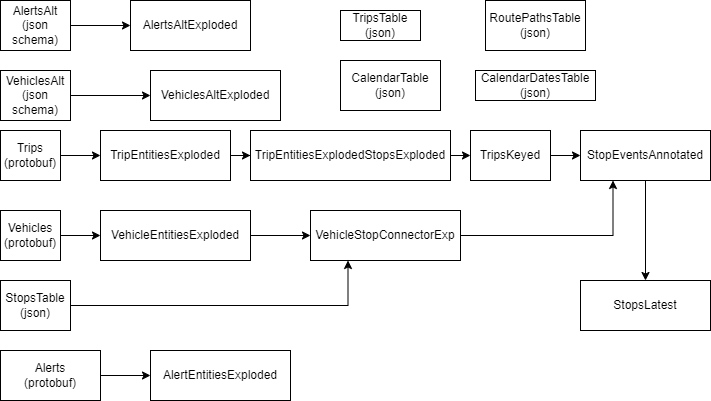
The draw.io diagram Documentation/imgs/transportation_hub_streaming_etl.png in ResourceDataInc/TransportationHub, before a commit. Source tidied: cells renumbered, new cells last; positions are measured from the earlier drawing's top-left corner, leaving out a move shared by most shapes. Its diagram source:
```xml
<mxGraphModel>
  <root>
    <mxCell id="0" />
    <mxCell id="1" parent="0" />
    <mxCell id="2" value="Trips&lt;br&gt;(protobuf)" style="rounded=0;whiteSpace=wrap;html=1;" parent="1" vertex="1">
      <mxGeometry y="130" width="60" height="50" as="geometry" />
    </mxCell>
    <mxCell id="3" style="edgeStyle=orthogonalEdgeStyle;rounded=0;jettySize=auto;html=1;exitX=1;exitY=0.5;exitDx=0;exitDy=0;" parent="1" edge="1" source="4" target="27">
      <mxGeometry relative="1" as="geometry" />
    </mxCell>
    <mxCell id="4" value="TripEntitiesExploded" style="rounded=0;whiteSpace=wrap;html=1;" parent="1" vertex="1">
      <mxGeometry x="100" y="130" width="130" height="50" as="geometry" />
    </mxCell>
    <mxCell id="5" style="edgeStyle=orthogonalEdgeStyle;rounded=0;jettySize=auto;html=1;exitX=1;exitY=0.5;exitDx=0;exitDy=0;entryX=0;entryY=0.5;entryDx=0;entryDy=0;" parent="1" edge="1" source="6" target="29">
      <mxGeometry relative="1" as="geometry" />
    </mxCell>
    <mxCell id="6" value="TripsKeyed" style="rounded=0;whiteSpace=wrap;html=1;" parent="1" vertex="1">
      <mxGeometry x="470" y="130" width="80" height="50" as="geometry" />
    </mxCell>
    <mxCell id="7" style="endArrow=classic;html=1;rounded=0;exitX=1;exitY=0.5;exitDx=0;exitDy=0;entryX=0;entryY=0.5;entryDx=0;entryDy=0;" parent="1" edge="1" source="2" target="4">
      <mxGeometry relative="1" as="geometry" />
    </mxCell>
    <mxCell id="8" style="edgeStyle=orthogonalEdgeStyle;rounded=0;jettySize=auto;html=1;exitX=1;exitY=0.5;exitDx=0;exitDy=0;entryX=0;entryY=0.5;entryDx=0;entryDy=0;" parent="1" edge="1" source="9" target="11">
      <mxGeometry relative="1" as="geometry" />
    </mxCell>
    <mxCell id="9" value="Vehicles&lt;br&gt;(protobuf)" style="rounded=0;whiteSpace=wrap;html=1;" parent="1" vertex="1">
      <mxGeometry y="210" width="60" height="50" as="geometry" />
    </mxCell>
    <mxCell id="10" style="edgeStyle=orthogonalEdgeStyle;rounded=0;jettySize=auto;html=1;exitX=1;exitY=0.5;exitDx=0;exitDy=0;entryX=0;entryY=0.5;entryDx=0;entryDy=0;" parent="1" edge="1" source="11" target="15">
      <mxGeometry relative="1" as="geometry" />
    </mxCell>
    <mxCell id="11" value="VehicleEntitiesExploded" style="rounded=0;whiteSpace=wrap;html=1;" parent="1" vertex="1">
      <mxGeometry x="100" y="210" width="150" height="50" as="geometry" />
    </mxCell>
    <mxCell id="12" style="edgeStyle=orthogonalEdgeStyle;rounded=0;jettySize=auto;html=1;exitX=1;exitY=0.5;exitDx=0;exitDy=0;entryX=0.25;entryY=1;entryDx=0;entryDy=0;" parent="1" edge="1" source="13" target="15">
      <mxGeometry relative="1" as="geometry" />
    </mxCell>
    <mxCell id="13" value="StopsTable&lt;br&gt;(json)" style="rounded=0;whiteSpace=wrap;html=1;" parent="1" vertex="1">
      <mxGeometry y="280" width="70" height="50" as="geometry" />
    </mxCell>
    <mxCell id="14" style="edgeStyle=orthogonalEdgeStyle;rounded=0;jettySize=auto;html=1;exitX=1;exitY=0.5;exitDx=0;exitDy=0;entryX=0.25;entryY=1;entryDx=0;entryDy=0;" parent="1" edge="1" source="15" target="29">
      <mxGeometry relative="1" as="geometry" />
    </mxCell>
    <mxCell id="15" value="VehicleStopConnectorExp" style="rounded=0;whiteSpace=wrap;html=1;" parent="1" vertex="1">
      <mxGeometry x="310" y="210" width="150" height="50" as="geometry" />
    </mxCell>
    <mxCell id="16" value="CalendarTable&lt;br&gt;(json)" style="rounded=0;whiteSpace=wrap;html=1;" parent="1" vertex="1">
      <mxGeometry x="340" y="60" width="100" height="50" as="geometry" />
    </mxCell>
    <mxCell id="17" value="RoutePathsTable&lt;br&gt;(json)" style="rounded=0;whiteSpace=wrap;html=1;" parent="1" vertex="1">
      <mxGeometry x="485" width="100" height="50" as="geometry" />
    </mxCell>
    <mxCell id="18" style="edgeStyle=orthogonalEdgeStyle;rounded=0;jettySize=auto;html=1;exitX=1;exitY=0.5;exitDx=0;exitDy=0;" parent="1" edge="1" source="19" target="20">
      <mxGeometry relative="1" as="geometry" />
    </mxCell>
    <mxCell id="19" value="Alerts&lt;br&gt;(protobuf)" style="rounded=0;whiteSpace=wrap;html=1;" parent="1" vertex="1">
      <mxGeometry y="350" width="100" height="50" as="geometry" />
    </mxCell>
    <mxCell id="20" value="AlertEntitiesExploded" style="rounded=0;whiteSpace=wrap;html=1;" parent="1" vertex="1">
      <mxGeometry x="150" y="350" width="140" height="50" as="geometry" />
    </mxCell>
    <mxCell id="21" style="edgeStyle=orthogonalEdgeStyle;rounded=0;jettySize=auto;html=1;exitX=1;exitY=0.5;exitDx=0;exitDy=0;entryX=0;entryY=0.5;entryDx=0;entryDy=0;" parent="1" edge="1" source="22" target="23">
      <mxGeometry relative="1" as="geometry" />
    </mxCell>
    <mxCell id="22" value="VehiclesAlt (json schema)" style="rounded=0;whiteSpace=wrap;html=1;" parent="1" vertex="1">
      <mxGeometry y="70" width="70" height="50" as="geometry" />
    </mxCell>
    <mxCell id="23" value="VehiclesAltExploded" style="rounded=0;whiteSpace=wrap;html=1;" parent="1" vertex="1">
      <mxGeometry x="150" y="70" width="130" height="50" as="geometry" />
    </mxCell>
    <mxCell id="24" value="TripsTable&lt;br&gt;(json)" style="rounded=0;whiteSpace=wrap;html=1;" parent="1" vertex="1">
      <mxGeometry x="340" y="10" width="80" height="30" as="geometry" />
    </mxCell>
    <mxCell id="25" value="CalendarDatesTable&lt;br&gt;(json)" style="rounded=0;whiteSpace=wrap;html=1;" parent="1" vertex="1">
      <mxGeometry x="475" y="70" width="120" height="30" as="geometry" />
    </mxCell>
    <mxCell id="26" style="edgeStyle=orthogonalEdgeStyle;rounded=0;jettySize=auto;html=1;exitX=1;exitY=0.5;exitDx=0;exitDy=0;entryX=0;entryY=0.5;entryDx=0;entryDy=0;" parent="1" edge="1" source="27" target="6">
      <mxGeometry relative="1" as="geometry" />
    </mxCell>
    <mxCell id="27" value="TripEntitiesExplodedStopsExploded" style="rounded=0;whiteSpace=wrap;html=1;" parent="1" vertex="1">
      <mxGeometry x="250" y="130" width="200" height="50" as="geometry" />
    </mxCell>
    <mxCell id="28" style="edgeStyle=orthogonalEdgeStyle;rounded=0;jettySize=auto;html=1;exitX=0.5;exitY=1;exitDx=0;exitDy=0;entryX=0.5;entryY=0;entryDx=0;entryDy=0;" parent="1" edge="1" source="29" target="30">
      <mxGeometry relative="1" as="geometry" />
    </mxCell>
    <mxCell id="29" value="StopEventsAnnotated" style="rounded=0;whiteSpace=wrap;html=1;" parent="1" vertex="1">
      <mxGeometry x="580" y="130" width="130" height="50" as="geometry" />
    </mxCell>
    <mxCell id="30" value="StopsLatest" style="rounded=0;whiteSpace=wrap;html=1;" parent="1" vertex="1">
      <mxGeometry x="580" y="280" width="130" height="50" as="geometry" />
    </mxCell>
    <mxCell id="31" style="edgeStyle=orthogonalEdgeStyle;rounded=0;jettySize=auto;html=1;exitX=1;exitY=0.5;exitDx=0;exitDy=0;entryX=0;entryY=0.5;entryDx=0;entryDy=0;" parent="1" edge="1" source="32" target="33">
      <mxGeometry relative="1" as="geometry" />
    </mxCell>
    <mxCell id="32" value="AlertsAlt (json schema)" style="rounded=0;whiteSpace=wrap;html=1;" parent="1" vertex="1">
      <mxGeometry width="70" height="50" as="geometry" />
    </mxCell>
    <mxCell id="33" value="AlertsAltExploded" style="rounded=0;whiteSpace=wrap;html=1;" parent="1" vertex="1">
      <mxGeometry x="130" width="120" height="50" as="geometry" />
    </mxCell>
  </root>
</mxGraphModel>
```
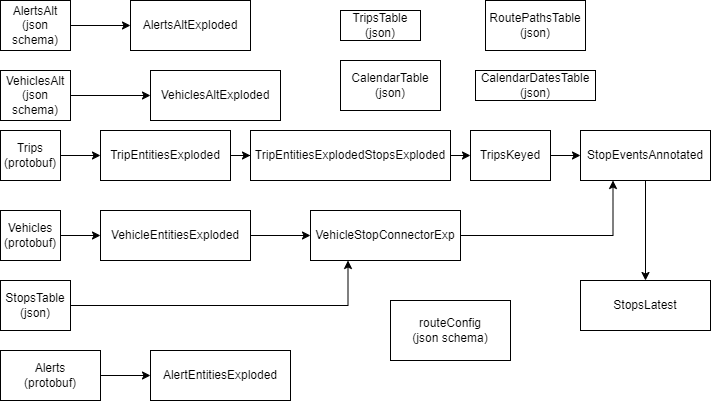
After the commit.

Diff of the diagram source:
```diff
@@ -98,5 +98,8 @@
     <mxCell id="33" value="AlertsAltExploded" style="rounded=0;whiteSpace=wrap;html=1;" parent="1" vertex="1">
       <mxGeometry x="130" width="120" height="50" as="geometry" />
     </mxCell>
+    <mxCell id="34" value="routeConfig&lt;br&gt;(json schema)" style="rounded=0;whiteSpace=wrap;html=1;" parent="1" vertex="1">
+      <mxGeometry x="390" y="300" width="120" height="60" as="geometry" />
+    </mxCell>
   </root>
 </mxGraphModel>
```
